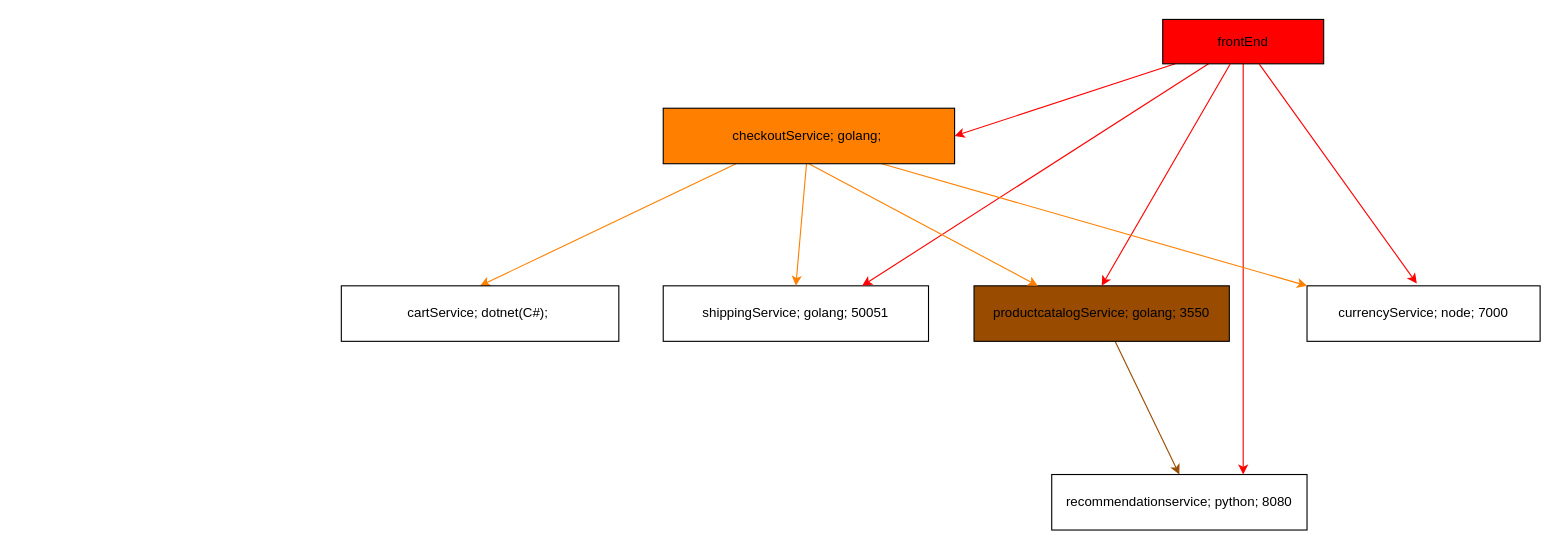
sandeshbnataraj/microservices-devops-playground keeps this draw.io diagram as arch.dio. Above is the earlier version. Source tidied: cells renumbered, new cells numbered last; positions are measured from the earlier drawing's top-left corner, leaving out a move shared by most shapes. Both pictures are drawn from the tidied source at 111%, with x=0, y=0 at pixel (341, 19).
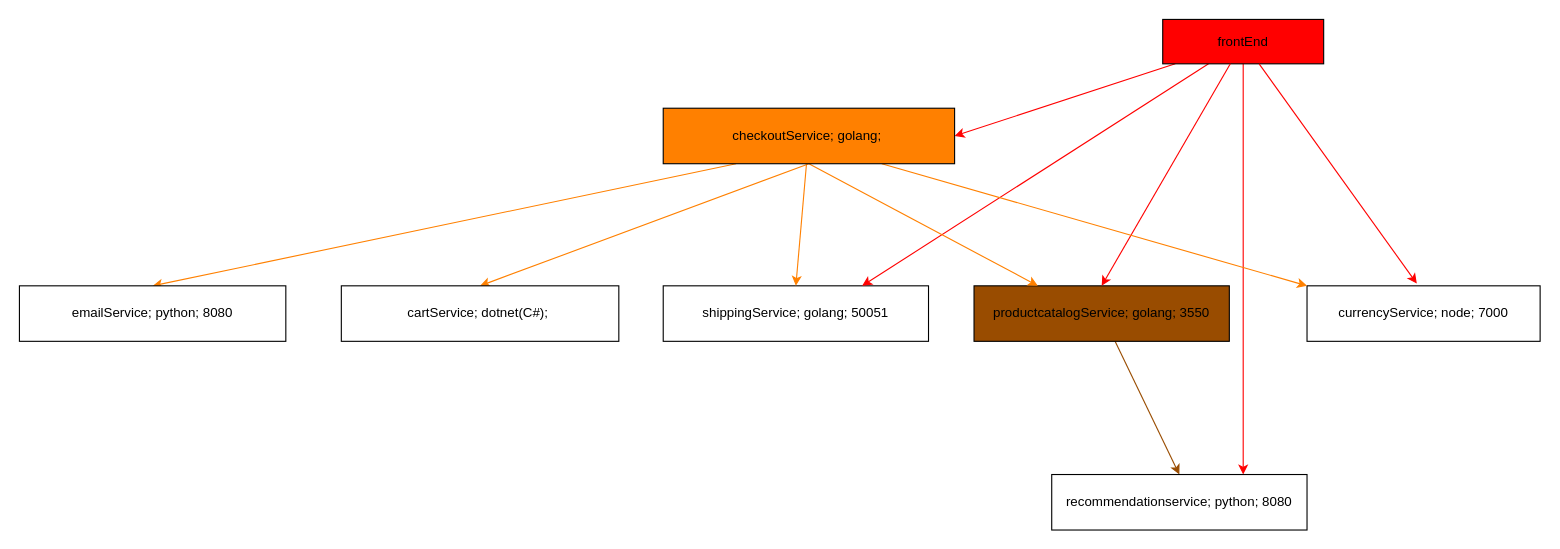
After the change.

The change refers to these unchanged cells:
```xml
<mxCell id="17" value="checkoutService; golang;&amp;nbsp;" style="rounded=0;whiteSpace=wrap;html=1;fillColor=#FF8000;" parent="1" vertex="1">
  <mxGeometry x="290" y="80" width="262.5" height="50" as="geometry" />
</mxCell>
<mxCell id="18" value="cartService; dotnet(C#);&amp;nbsp;" style="rounded=0;whiteSpace=wrap;html=1;" parent="1" vertex="1">
  <mxGeometry y="240" width="250" height="50" as="geometry" />
</mxCell>
```

The edit, as a diff of the source:
```diff
@@
-    <mxCell id="16" style="edgeStyle=none;html=1;exitX=0.25;exitY=1;exitDx=0;exitDy=0;entryX=0.5;entryY=0;entryDx=0;entryDy=0;strokeColor=#FF8000;" parent="1" edge="1" source="17" target="18">
+    <mxCell id="16" style="edgeStyle=none;html=1;exitX=0.5;exitY=1;exitDx=0;exitDy=0;entryX=0.5;entryY=0;entryDx=0;entryDy=0;strokeColor=#FF8000;" parent="1" edge="1" source="17" target="18">
       <mxGeometry relative="1" as="geometry" />
     </mxCell>
+    <mxCell id="19" style="edgeStyle=none;html=1;exitX=0.25;exitY=1;exitDx=0;exitDy=0;entryX=0.5;entryY=0;entryDx=0;entryDy=0;strokeColor=#FF8000;" parent="1" edge="1" source="17" target="20">
+      <mxGeometry relative="1" as="geometry" />
+    </mxCell>
@@
+    <mxCell id="20" value="emailService; python; 8080" style="rounded=0;whiteSpace=wrap;html=1;" parent="1" vertex="1">
+      <mxGeometry x="-290" y="240" width="240" height="50" as="geometry" />
+    </mxCell>
```
